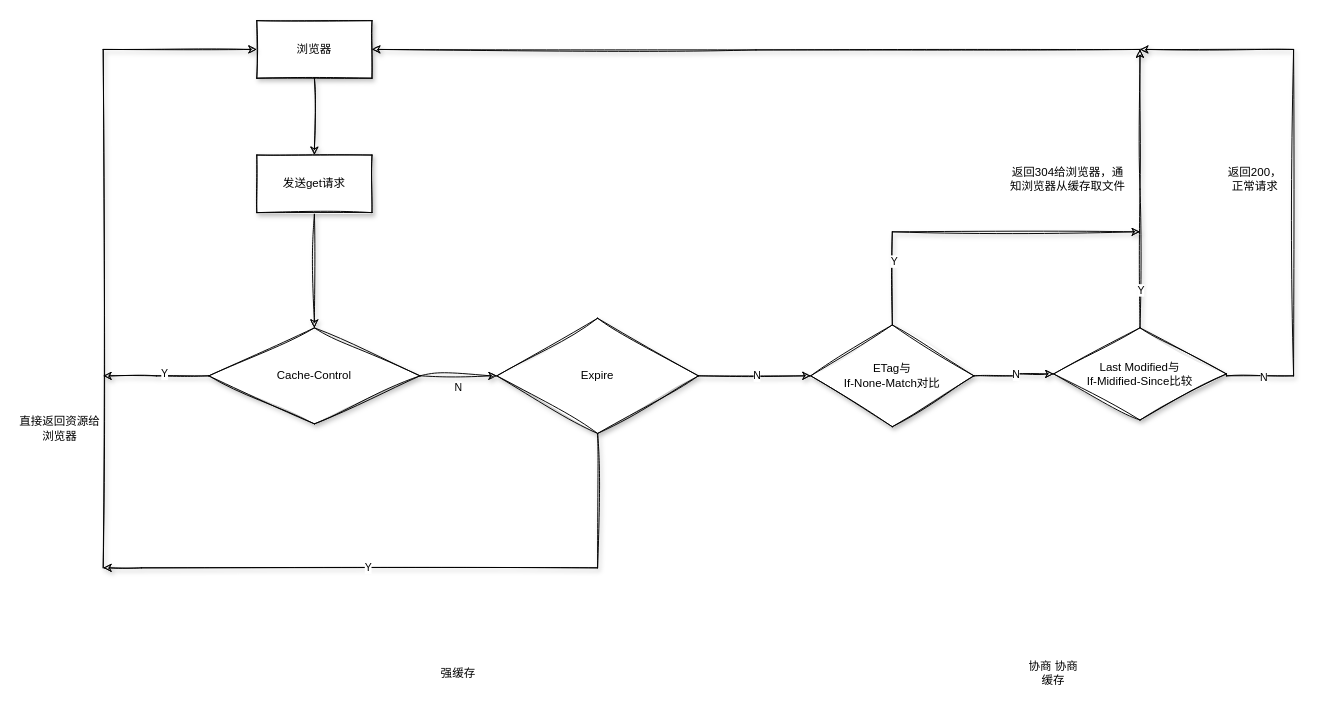
The draw.io diagram 缓存.drawio in StoryKing123/draw-io, before the edit. Source tidied: cells renumbered, new cells numbered last; positions are measured from the earlier drawing's top-left corner, leaving out a move shared by most shapes. Both pictures are drawn from the tidied source at 96%, with x=0, y=0 at pixel (16, 20).
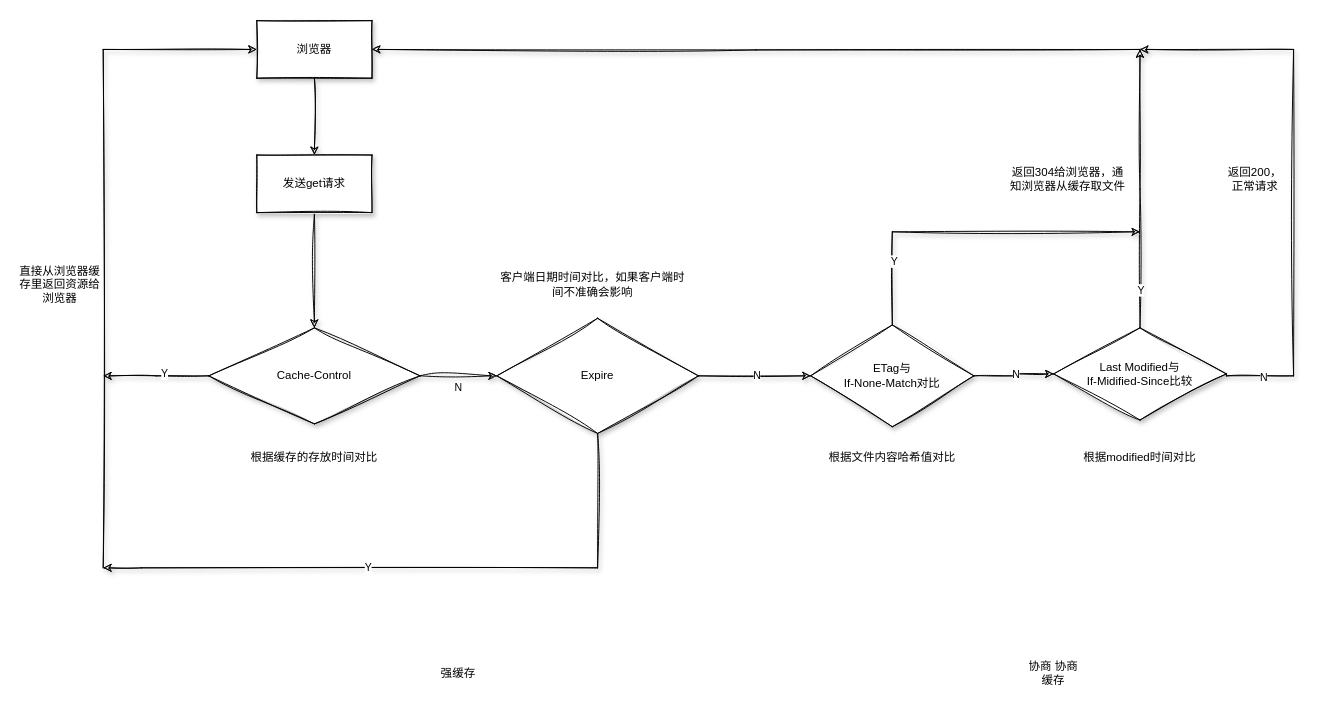
After the change.

Diff of the diagram source:
```diff
@@
-    <mxCell id="28" value="直接返回资源给浏览器" style="text;html=1;strokeColor=none;fillColor=none;align=center;verticalAlign=middle;whiteSpace=wrap;rounded=0;" parent="1" vertex="1">
-      <mxGeometry y="380" width="90" height="90" as="geometry" />
+    <mxCell id="28" value="直接从浏览器缓存里返回资源给浏览器" style="text;html=1;strokeColor=none;fillColor=none;align=center;verticalAlign=middle;whiteSpace=wrap;rounded=0;" parent="1" vertex="1">
+      <mxGeometry y="230" width="90" height="90" as="geometry" />
     </mxCell>
@@
+    <mxCell id="33" value="客户端日期时间对比，如果客户端时间不准确会影响" style="text;html=1;strokeColor=none;fillColor=none;align=center;verticalAlign=middle;whiteSpace=wrap;rounded=0;" parent="1" vertex="1">
+      <mxGeometry x="500" y="260" width="200" height="30" as="geometry" />
+    </mxCell>
+    <mxCell id="34" value="根据缓存的存放时间对比" style="text;html=1;strokeColor=none;fillColor=none;align=center;verticalAlign=middle;whiteSpace=wrap;rounded=0;" parent="1" vertex="1">
+      <mxGeometry x="235" y="440" width="150" height="30" as="geometry" />
+    </mxCell>
+    <mxCell id="35" value="根据文件内容哈希值对比" style="text;html=1;strokeColor=none;fillColor=none;align=center;verticalAlign=middle;whiteSpace=wrap;rounded=0;" parent="1" vertex="1">
+      <mxGeometry x="838" y="440" width="148" height="30" as="geometry" />
+    </mxCell>
+    <mxCell id="36" value="根据modified时间对比" style="text;html=1;strokeColor=none;fillColor=none;align=center;verticalAlign=middle;whiteSpace=wrap;rounded=0;" parent="1" vertex="1">
+      <mxGeometry x="1105" y="440" width="130" height="30" as="geometry" />
+    </mxCell>
```
